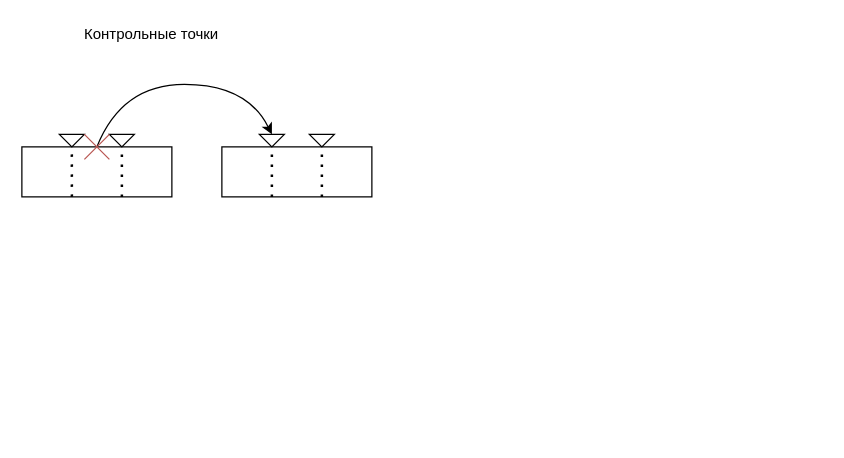
Earlier version of the draw.io diagram graphs/checkpoint Diagram.drawio (Ushuaya/VMK). Source tidied: cells renumbered, new cells numbered last; positions are measured from the earlier drawing's top-left corner, leaving out a move shared by most shapes. Both pictures are drawn from the tidied source at 125%, with x=0, y=0 at pixel (21, 21).
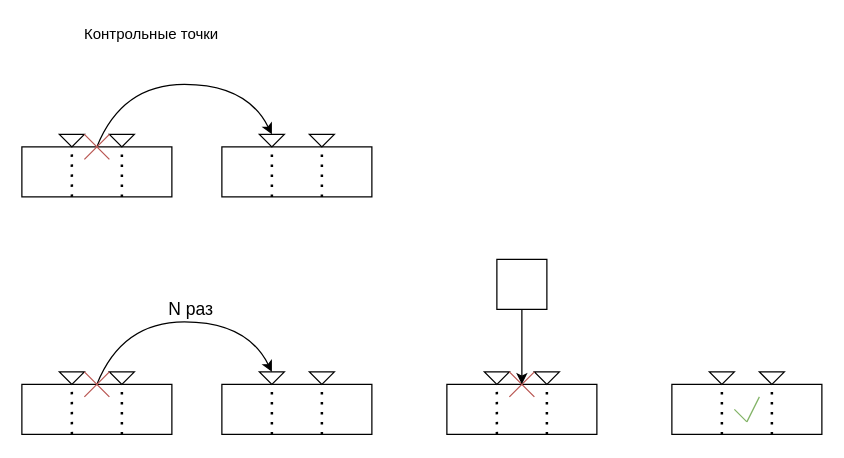
The same diagram, later.

The edit, as a diff of the source:
```diff
@@
+    <mxCell id="16" style="rounded=0;whiteSpace=wrap;html=1;" parent="1" vertex="1">
+      <mxGeometry y="290" width="120" height="40" as="geometry" />
+    </mxCell>
+    <mxCell id="17" style="endArrow=none;dashed=1;html=1;dashPattern=1 3;strokeWidth=2;rounded=0;entryX=0.333;entryY=0;entryDx=0;entryDy=0;entryPerimeter=0;" parent="1" edge="1" target="16">
+      <mxGeometry relative="1" as="geometry">
+        <mxPoint x="40" y="330" as="sourcePoint" />
+      </mxGeometry>
+    </mxCell>
+    <mxCell id="18" style="endArrow=none;dashed=1;html=1;dashPattern=1 3;strokeWidth=2;rounded=0;" parent="1" edge="1">
+      <mxGeometry relative="1" as="geometry">
+        <mxPoint x="80" y="330" as="sourcePoint" />
+        <mxPoint x="80" y="290" as="targetPoint" />
+      </mxGeometry>
+    </mxCell>
+    <mxCell id="19" style="triangle;whiteSpace=wrap;html=1;direction=south;" parent="1" vertex="1">
+      <mxGeometry x="30" y="280" width="20" height="10" as="geometry" />
+    </mxCell>
+    <mxCell id="20" style="triangle;whiteSpace=wrap;html=1;direction=south;" parent="1" vertex="1">
+      <mxGeometry x="70" y="280" width="20" height="10" as="geometry" />
+    </mxCell>
+    <mxCell id="21" style="rounded=0;whiteSpace=wrap;html=1;" parent="1" vertex="1">
+      <mxGeometry x="160" y="290" width="120" height="40" as="geometry" />
+    </mxCell>
+    <mxCell id="22" style="endArrow=none;dashed=1;html=1;dashPattern=1 3;strokeWidth=2;rounded=0;entryX=0.333;entryY=0;entryDx=0;entryDy=0;entryPerimeter=0;" parent="1" edge="1">
+      <mxGeometry relative="1" as="geometry">
+        <mxPoint x="200" y="330" as="sourcePoint" />
+        <mxPoint x="200" y="290" as="targetPoint" />
+      </mxGeometry>
+    </mxCell>
+    <mxCell id="23" style="endArrow=none;dashed=1;html=1;dashPattern=1 3;strokeWidth=2;rounded=0;entryX=0.333;entryY=0;entryDx=0;entryDy=0;entryPerimeter=0;" parent="1" edge="1">
+      <mxGeometry relative="1" as="geometry">
+        <mxPoint x="240" y="330" as="sourcePoint" />
+        <mxPoint x="240" y="290" as="targetPoint" />
+      </mxGeometry>
+    </mxCell>
+    <mxCell id="24" style="triangle;whiteSpace=wrap;html=1;direction=south;" parent="1" vertex="1">
+      <mxGeometry x="190" y="280" width="20" height="10" as="geometry" />
+    </mxCell>
+    <mxCell id="25" style="triangle;whiteSpace=wrap;html=1;direction=south;" parent="1" vertex="1">
+      <mxGeometry x="230" y="280" width="20" height="10" as="geometry" />
+    </mxCell>
+    <mxCell id="26" style="curved=1;endArrow=classic;html=1;rounded=0;entryX=0;entryY=0.5;entryDx=0;entryDy=0;" parent="1" edge="1" target="24">
+      <mxGeometry relative="1" as="geometry">
+        <mxPoint x="60" y="290" as="sourcePoint" />
+        <Array as="points">
+          <mxPoint x="80" y="240" />
+          <mxPoint x="180" y="240" />
+        </Array>
+      </mxGeometry>
+    </mxCell>
+    <mxCell id="27" style="endArrow=none;html=1;rounded=0;fillColor=#f8cecc;strokeColor=#b85450;" parent="1" edge="1">
+      <mxGeometry relative="1" as="geometry">
+        <mxPoint x="50" y="280" as="sourcePoint" />
+        <mxPoint x="70" y="300" as="targetPoint" />
+        <Array as="points">
+          <mxPoint x="60" y="290" />
+        </Array>
+      </mxGeometry>
+    </mxCell>
+    <mxCell id="28" style="endArrow=none;html=1;rounded=0;fillColor=#f8cecc;strokeColor=#b85450;" parent="1" edge="1">
+      <mxGeometry relative="1" as="geometry">
+        <mxPoint x="50" y="300" as="sourcePoint" />
+        <mxPoint x="70" y="280" as="targetPoint" />
+      </mxGeometry>
+    </mxCell>
+    <mxCell id="29" value="N раз" style="text;html=1;align=center;verticalAlign=middle;strokeColor=none;fillColor=none;fontSize=14;" parent="1" vertex="1">
+      <mxGeometry x="110" y="220" width="50" height="20" as="geometry" />
+    </mxCell>
+    <mxCell id="30" style="rounded=0;whiteSpace=wrap;html=1;" parent="1" vertex="1">
+      <mxGeometry x="340" y="290" width="120" height="40" as="geometry" />
+    </mxCell>
+    <mxCell id="31" style="endArrow=none;dashed=1;html=1;dashPattern=1 3;strokeWidth=2;rounded=0;entryX=0.333;entryY=0;entryDx=0;entryDy=0;entryPerimeter=0;" parent="1" edge="1" target="30">
+      <mxGeometry relative="1" as="geometry">
+        <mxPoint x="380" y="330" as="sourcePoint" />
+      </mxGeometry>
+    </mxCell>
+    <mxCell id="32" style="endArrow=none;dashed=1;html=1;dashPattern=1 3;strokeWidth=2;rounded=0;" parent="1" edge="1">
+      <mxGeometry relative="1" as="geometry">
+        <mxPoint x="420" y="330" as="sourcePoint" />
+        <mxPoint x="420" y="290" as="targetPoint" />
+      </mxGeometry>
+    </mxCell>
+    <mxCell id="33" style="triangle;whiteSpace=wrap;html=1;direction=south;" parent="1" vertex="1">
+      <mxGeometry x="370" y="280" width="20" height="10" as="geometry" />
+    </mxCell>
+    <mxCell id="34" style="triangle;whiteSpace=wrap;html=1;direction=south;" parent="1" vertex="1">
+      <mxGeometry x="410" y="280" width="20" height="10" as="geometry" />
+    </mxCell>
+    <mxCell id="35" style="rounded=0;whiteSpace=wrap;html=1;" parent="1" vertex="1">
+      <mxGeometry x="520" y="290" width="120" height="40" as="geometry" />
+    </mxCell>
+    <mxCell id="36" style="endArrow=none;dashed=1;html=1;dashPattern=1 3;strokeWidth=2;rounded=0;entryX=0.333;entryY=0;entryDx=0;entryDy=0;entryPerimeter=0;" parent="1" edge="1">
+      <mxGeometry relative="1" as="geometry">
+        <mxPoint x="560" y="330" as="sourcePoint" />
+        <mxPoint x="560" y="290" as="targetPoint" />
+      </mxGeometry>
+    </mxCell>
+    <mxCell id="37" style="endArrow=none;dashed=1;html=1;dashPattern=1 3;strokeWidth=2;rounded=0;entryX=0.333;entryY=0;entryDx=0;entryDy=0;entryPerimeter=0;" parent="1" edge="1">
+      <mxGeometry relative="1" as="geometry">
+        <mxPoint x="600" y="330" as="sourcePoint" />
+        <mxPoint x="600" y="290" as="targetPoint" />
+      </mxGeometry>
+    </mxCell>
+    <mxCell id="38" style="triangle;whiteSpace=wrap;html=1;direction=south;" parent="1" vertex="1">
+      <mxGeometry x="550" y="280" width="20" height="10" as="geometry" />
+    </mxCell>
+    <mxCell id="39" style="triangle;whiteSpace=wrap;html=1;direction=south;" parent="1" vertex="1">
+      <mxGeometry x="590" y="280" width="20" height="10" as="geometry" />
+    </mxCell>
+    <mxCell id="40" style="endArrow=none;html=1;rounded=0;fillColor=#f8cecc;strokeColor=#b85450;" parent="1" edge="1">
+      <mxGeometry relative="1" as="geometry">
+        <mxPoint x="390" y="280" as="sourcePoint" />
+        <mxPoint x="410" y="300" as="targetPoint" />
+        <Array as="points">
+          <mxPoint x="400" y="290" />
+        </Array>
+      </mxGeometry>
+    </mxCell>
+    <mxCell id="41" style="endArrow=none;html=1;rounded=0;fillColor=#f8cecc;strokeColor=#b85450;" parent="1" edge="1">
+      <mxGeometry relative="1" as="geometry">
+        <mxPoint x="390" y="300" as="sourcePoint" />
+        <mxPoint x="410" y="280" as="targetPoint" />
+      </mxGeometry>
+    </mxCell>
+    <mxCell id="42" style="whiteSpace=wrap;html=1;fontSize=14;fillColor=none;" parent="1" vertex="1">
+      <mxGeometry x="380" y="190" width="40" height="40" as="geometry" />
+    </mxCell>
+    <mxCell id="43" style="endArrow=classic;html=1;rounded=0;fontSize=14;exitX=0.5;exitY=1;exitDx=0;exitDy=0;" parent="1" edge="1" source="42">
+      <mxGeometry relative="1" as="geometry">
+        <mxPoint x="400" y="290" as="targetPoint" />
+      </mxGeometry>
+    </mxCell>
+    <mxCell id="44" style="endArrow=none;html=1;rounded=0;fontSize=14;fillColor=#d5e8d4;strokeColor=#82b366;" parent="1" edge="1">
+      <mxGeometry relative="1" as="geometry">
+        <mxPoint x="570" y="310" as="sourcePoint" />
+        <mxPoint x="580" y="320" as="targetPoint" />
+      </mxGeometry>
+    </mxCell>
+    <mxCell id="45" style="endArrow=none;html=1;rounded=0;fontSize=14;fillColor=#d5e8d4;strokeColor=#82b366;" parent="1" edge="1">
+      <mxGeometry relative="1" as="geometry">
+        <mxPoint x="580" y="320" as="sourcePoint" />
+        <mxPoint x="590" y="300" as="targetPoint" />
+      </mxGeometry>
+    </mxCell>
```
